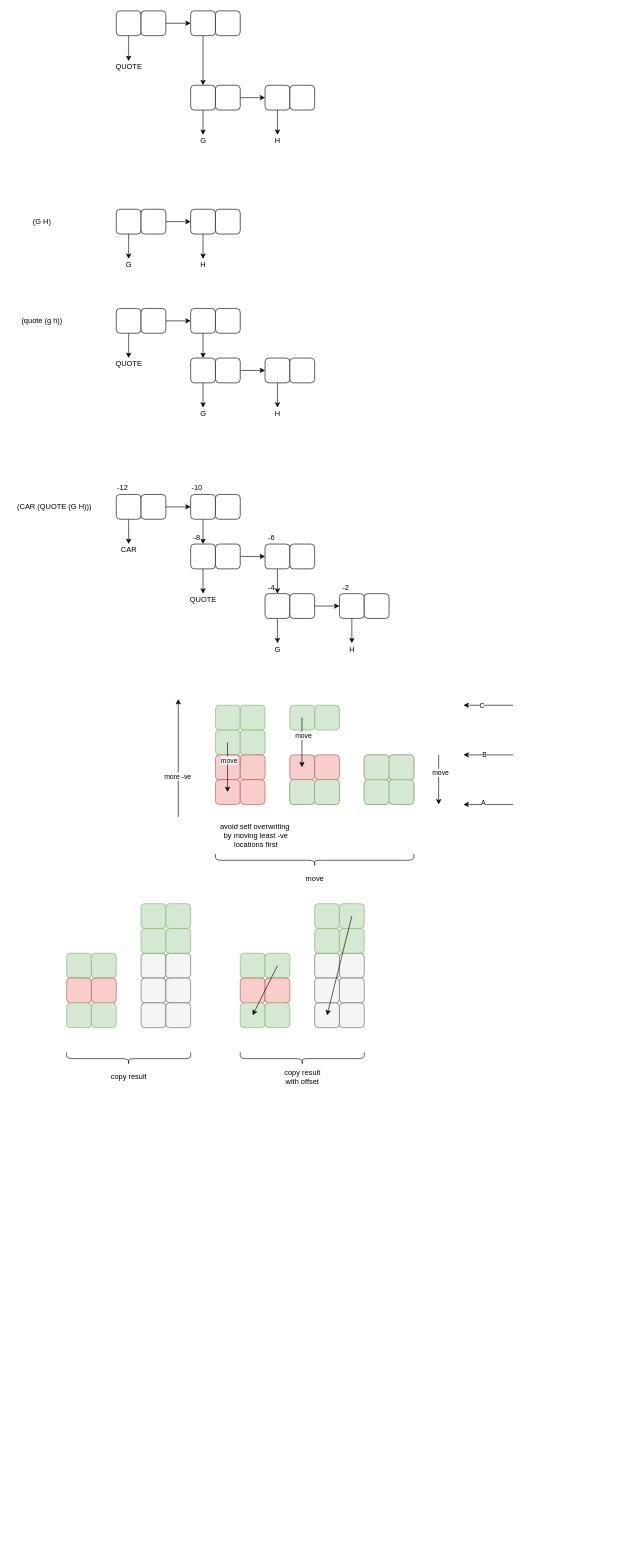
Before: exampl2.drawio in guitarvydas/cl-sector-lisp, a draw.io diagram. Source tidied: cells renumbered, new cells numbered last; positions are measured from the earlier drawing's top-left corner, leaving out a move shared by most shapes. Both pictures are drawn from the tidied source at 62%, with x=0, y=0 at pixel (11, 11).
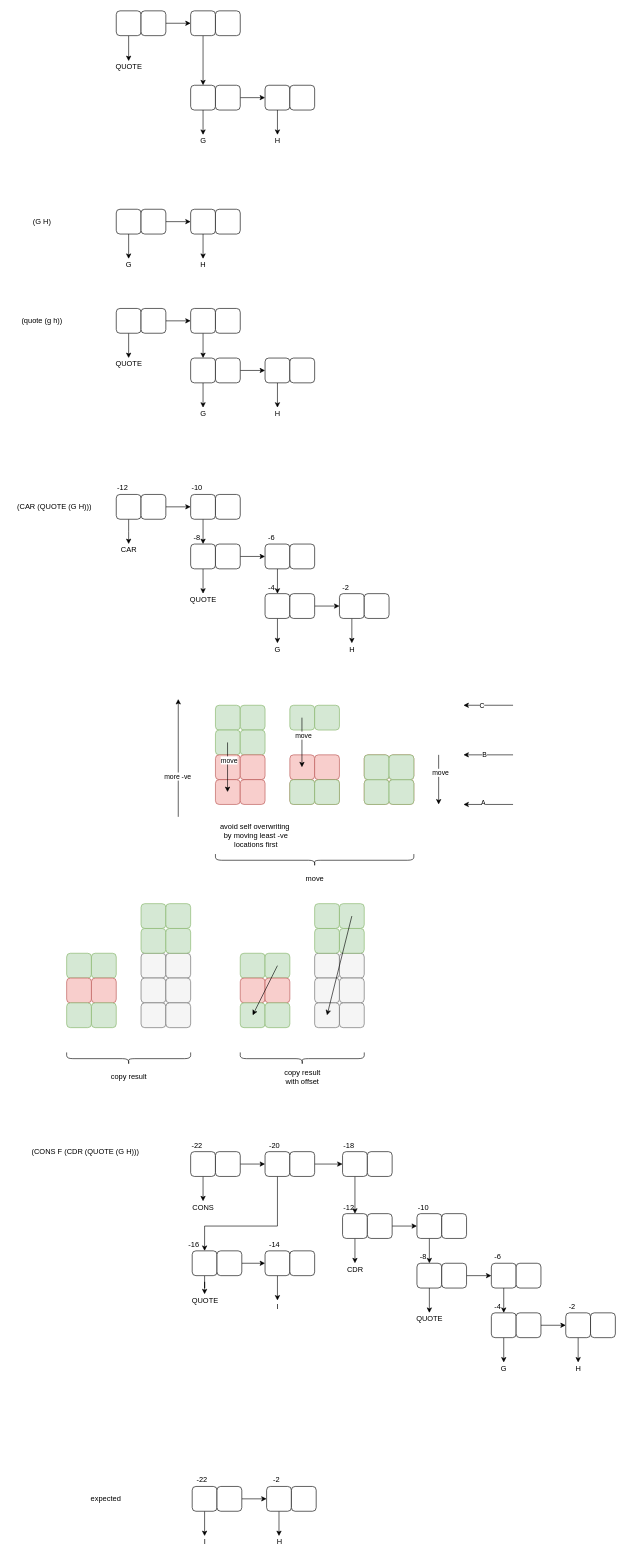
After the change.

Commit message (it also covers changes not shown here):
cl-sector-lisp

Diff of the diagram source:
```diff
@@
+    <mxCell id="158" style="edgeStyle=orthogonalEdgeStyle;rounded=0;jettySize=auto;html=1;exitX=0.5;exitY=1;exitDx=0;exitDy=0;entryX=0.5;entryY=0;entryDx=0;entryDy=0;entryPerimeter=0;" parent="1" edge="1" source="159">
+      <mxGeometry relative="1" as="geometry">
+        <mxPoint x="555" y="2020" as="targetPoint" />
+      </mxGeometry>
+    </mxCell>
+    <mxCell id="159" style="rounded=1;whiteSpace=wrap;html=1;" parent="1" vertex="1">
+      <mxGeometry x="535" y="1940" width="40" height="40" as="geometry" />
+    </mxCell>
+    <mxCell id="160" style="edgeStyle=orthogonalEdgeStyle;rounded=0;jettySize=auto;html=1;exitX=1;exitY=0.5;exitDx=0;exitDy=0;entryX=0;entryY=0.5;entryDx=0;entryDy=0;" parent="1" edge="1" source="161" target="163">
+      <mxGeometry relative="1" as="geometry" />
+    </mxCell>
+    <mxCell id="161" style="rounded=1;whiteSpace=wrap;html=1;" parent="1" vertex="1">
+      <mxGeometry x="575" y="1940" width="40" height="40" as="geometry" />
+    </mxCell>
+    <mxCell id="162" style="edgeStyle=orthogonalEdgeStyle;rounded=0;jettySize=auto;html=1;exitX=0.5;exitY=1;exitDx=0;exitDy=0;entryX=0.5;entryY=0;entryDx=0;entryDy=0;" parent="1" edge="1" source="163" target="176">
+      <mxGeometry relative="1" as="geometry" />
+    </mxCell>
+    <mxCell id="163" style="rounded=1;whiteSpace=wrap;html=1;" parent="1" vertex="1">
+      <mxGeometry x="655" y="1940" width="40" height="40" as="geometry" />
+    </mxCell>
+    <mxCell id="164" style="rounded=1;whiteSpace=wrap;html=1;" parent="1" vertex="1">
+      <mxGeometry x="695" y="1940" width="40" height="40" as="geometry" />
+    </mxCell>
+    <mxCell id="165" value="CDR" style="text;html=1;align=center;verticalAlign=middle;strokeColor=none;" parent="1" vertex="1">
+      <mxGeometry x="535" y="2020" width="40" height="20" as="geometry" />
+    </mxCell>
+    <mxCell id="166" style="edgeStyle=orthogonalEdgeStyle;rounded=0;jettySize=auto;html=1;exitX=0.5;exitY=1;exitDx=0;exitDy=0;entryX=0.5;entryY=0;entryDx=0;entryDy=0;entryPerimeter=0;" parent="1" edge="1" source="167" target="173">
+      <mxGeometry relative="1" as="geometry" />
+    </mxCell>
+    <mxCell id="167" style="rounded=1;whiteSpace=wrap;html=1;" parent="1" vertex="1">
+      <mxGeometry x="775" y="2100" width="40" height="40" as="geometry" />
+    </mxCell>
+    <mxCell id="168" style="edgeStyle=orthogonalEdgeStyle;rounded=0;jettySize=auto;html=1;exitX=1;exitY=0.5;exitDx=0;exitDy=0;" parent="1" edge="1" source="169" target="171">
+      <mxGeometry relative="1" as="geometry" />
+    </mxCell>
+    <mxCell id="169" style="rounded=1;whiteSpace=wrap;html=1;" parent="1" vertex="1">
+      <mxGeometry x="815" y="2100" width="40" height="40" as="geometry" />
+    </mxCell>
+    <mxCell id="170" style="edgeStyle=orthogonalEdgeStyle;rounded=0;jettySize=auto;html=1;exitX=0.5;exitY=1;exitDx=0;exitDy=0;entryX=0.5;entryY=0;entryDx=0;entryDy=0;entryPerimeter=0;" parent="1" edge="1" source="171" target="174">
+      <mxGeometry relative="1" as="geometry" />
+    </mxCell>
+    <mxCell id="171" style="rounded=1;whiteSpace=wrap;html=1;" parent="1" vertex="1">
+      <mxGeometry x="895" y="2100" width="40" height="40" as="geometry" />
+    </mxCell>
+    <mxCell id="172" style="rounded=1;whiteSpace=wrap;html=1;" parent="1" vertex="1">
+      <mxGeometry x="935" y="2100" width="40" height="40" as="geometry" />
+    </mxCell>
+    <mxCell id="173" value="G" style="text;html=1;align=center;verticalAlign=middle;points=[];strokeColor=none;" parent="1" vertex="1">
+      <mxGeometry x="785" y="2180" width="20" height="20" as="geometry" />
+    </mxCell>
+    <mxCell id="174" value="H" style="text;html=1;align=center;verticalAlign=middle;points=[];strokeColor=none;" parent="1" vertex="1">
+      <mxGeometry x="905" y="2180" width="20" height="20" as="geometry" />
+    </mxCell>
+    <mxCell id="175" style="edgeStyle=orthogonalEdgeStyle;rounded=0;jettySize=auto;html=1;exitX=0.5;exitY=1;exitDx=0;exitDy=0;entryX=0.5;entryY=0;entryDx=0;entryDy=0;entryPerimeter=0;" parent="1" edge="1" source="176" target="179">
+      <mxGeometry relative="1" as="geometry" />
+    </mxCell>
+    <mxCell id="176" style="rounded=1;whiteSpace=wrap;html=1;" parent="1" vertex="1">
+      <mxGeometry x="655" y="2020" width="40" height="40" as="geometry" />
+    </mxCell>
+    <mxCell id="177" style="edgeStyle=orthogonalEdgeStyle;rounded=0;jettySize=auto;html=1;exitX=1;exitY=0.5;exitDx=0;exitDy=0;entryX=0;entryY=0.5;entryDx=0;entryDy=0;" parent="1" edge="1" source="178" target="181">
+      <mxGeometry relative="1" as="geometry" />
+    </mxCell>
+    <mxCell id="178" style="rounded=1;whiteSpace=wrap;html=1;" parent="1" vertex="1">
+      <mxGeometry x="695" y="2020" width="40" height="40" as="geometry" />
+    </mxCell>
+    <mxCell id="179" value="QUOTE" style="text;html=1;align=center;verticalAlign=middle;points=[];strokeColor=none;" parent="1" vertex="1">
+      <mxGeometry x="645" y="2100" width="60" height="20" as="geometry" />
+    </mxCell>
+    <mxCell id="180" style="edgeStyle=orthogonalEdgeStyle;rounded=0;jettySize=auto;html=1;exitX=0.5;exitY=1;exitDx=0;exitDy=0;" parent="1" edge="1" source="181" target="167">
+      <mxGeometry relative="1" as="geometry" />
+    </mxCell>
+    <mxCell id="181" style="rounded=1;whiteSpace=wrap;html=1;" parent="1" vertex="1">
+      <mxGeometry x="775" y="2020" width="40" height="40" as="geometry" />
+    </mxCell>
+    <mxCell id="182" style="rounded=1;whiteSpace=wrap;html=1;" parent="1" vertex="1">
+      <mxGeometry x="815" y="2020" width="40" height="40" as="geometry" />
+    </mxCell>
+    <mxCell id="183" value="(CONS F (CDR (QUOTE (G H)))" style="text;html=1;align=center;verticalAlign=middle;strokeColor=none;" parent="1" vertex="1">
+      <mxGeometry x="25" y="1830" width="190" height="20" as="geometry" />
+    </mxCell>
+    <mxCell id="184" value="-2" style="text;html=1;align=center;verticalAlign=middle;strokeColor=none;" parent="1" vertex="1">
+      <mxGeometry x="890" y="2080" width="30" height="20" as="geometry" />
+    </mxCell>
+    <mxCell id="185" value="-4" style="text;html=1;align=center;verticalAlign=middle;strokeColor=none;" parent="1" vertex="1">
+      <mxGeometry x="770" y="2080" width="30" height="20" as="geometry" />
+    </mxCell>
+    <mxCell id="186" value="-6" style="text;html=1;align=center;verticalAlign=middle;strokeColor=none;" parent="1" vertex="1">
+      <mxGeometry x="770" y="2000" width="30" height="20" as="geometry" />
+    </mxCell>
+    <mxCell id="187" value="-8" style="text;html=1;align=center;verticalAlign=middle;strokeColor=none;" parent="1" vertex="1">
+      <mxGeometry x="650" y="2000" width="30" height="20" as="geometry" />
+    </mxCell>
+    <mxCell id="188" value="-10" style="text;html=1;align=center;verticalAlign=middle;strokeColor=none;" parent="1" vertex="1">
+      <mxGeometry x="650" y="1920" width="30" height="20" as="geometry" />
+    </mxCell>
+    <mxCell id="189" value="-12" style="text;html=1;align=center;verticalAlign=middle;strokeColor=none;" parent="1" vertex="1">
+      <mxGeometry x="530" y="1920" width="30" height="20" as="geometry" />
+    </mxCell>
+    <mxCell id="190" style="edgeStyle=orthogonalEdgeStyle;rounded=0;jettySize=auto;html=1;exitX=0.5;exitY=1;exitDx=0;exitDy=0;" parent="1" edge="1" source="191" target="203">
+      <mxGeometry relative="1" as="geometry" />
+    </mxCell>
+    <mxCell id="191" style="rounded=1;whiteSpace=wrap;html=1;" parent="1" vertex="1">
+      <mxGeometry x="290" y="1840" width="40" height="40" as="geometry" />
+    </mxCell>
+    <mxCell id="192" style="edgeStyle=orthogonalEdgeStyle;rounded=0;jettySize=auto;html=1;exitX=1;exitY=0.5;exitDx=0;exitDy=0;entryX=0;entryY=0.5;entryDx=0;entryDy=0;" parent="1" edge="1" source="193" target="200">
+      <mxGeometry relative="1" as="geometry" />
+    </mxCell>
+    <mxCell id="193" style="rounded=1;whiteSpace=wrap;html=1;" parent="1" vertex="1">
+      <mxGeometry x="330" y="1840" width="40" height="40" as="geometry" />
+    </mxCell>
+    <mxCell id="194" style="edgeStyle=orthogonalEdgeStyle;rounded=0;jettySize=auto;html=1;exitX=0.5;exitY=1;exitDx=0;exitDy=0;entryX=0.5;entryY=0;entryDx=0;entryDy=0;" parent="1" edge="1" source="195" target="159">
+      <mxGeometry relative="1" as="geometry" />
+    </mxCell>
+    <mxCell id="195" style="rounded=1;whiteSpace=wrap;html=1;" parent="1" vertex="1">
+      <mxGeometry x="535" y="1840" width="40" height="40" as="geometry" />
+    </mxCell>
+    <mxCell id="196" style="rounded=1;whiteSpace=wrap;html=1;" parent="1" vertex="1">
+      <mxGeometry x="575" y="1840" width="40" height="40" as="geometry" />
+    </mxCell>
+    <mxCell id="197" value="-18" style="text;html=1;align=center;verticalAlign=middle;strokeColor=none;" parent="1" vertex="1">
+      <mxGeometry x="530" y="1820" width="30" height="20" as="geometry" />
+    </mxCell>
+    <mxCell id="198" value="-22" style="text;html=1;align=center;verticalAlign=middle;strokeColor=none;" parent="1" vertex="1">
+      <mxGeometry x="285" y="1820" width="30" height="20" as="geometry" />
+    </mxCell>
+    <mxCell id="199" style="edgeStyle=orthogonalEdgeStyle;rounded=0;jettySize=auto;html=1;exitX=0.5;exitY=1;exitDx=0;exitDy=0;entryX=0.5;entryY=0;entryDx=0;entryDy=0;" parent="1" edge="1" source="200" target="222">
+      <mxGeometry relative="1" as="geometry">
+        <Array as="points">
+          <mxPoint x="430" y="1960" />
+          <mxPoint x="313" y="1960" />
+        </Array>
+      </mxGeometry>
+    </mxCell>
+    <mxCell id="200" style="rounded=1;whiteSpace=wrap;html=1;" parent="1" vertex="1">
+      <mxGeometry x="410" y="1840" width="40" height="40" as="geometry" />
+    </mxCell>
+    <mxCell id="201" style="edgeStyle=orthogonalEdgeStyle;rounded=0;jettySize=auto;html=1;exitX=1;exitY=0.5;exitDx=0;exitDy=0;entryX=0;entryY=0.5;entryDx=0;entryDy=0;" parent="1" edge="1" source="202" target="195">
+      <mxGeometry relative="1" as="geometry" />
+    </mxCell>
+    <mxCell id="202" style="rounded=1;whiteSpace=wrap;html=1;" parent="1" vertex="1">
+      <mxGeometry x="450" y="1840" width="40" height="40" as="geometry" />
+    </mxCell>
+    <mxCell id="203" value="CONS" style="text;html=1;align=center;verticalAlign=middle;points=[];strokeColor=none;" parent="1" vertex="1">
+      <mxGeometry x="285" y="1920" width="50" height="20" as="geometry" />
+    </mxCell>
+    <mxCell id="204" value="-20" style="text;html=1;align=center;verticalAlign=middle;strokeColor=none;" parent="1" vertex="1">
+      <mxGeometry x="410" y="1820" width="30" height="20" as="geometry" />
+    </mxCell>
+    <mxCell id="205" style="edgeStyle=orthogonalEdgeStyle;rounded=0;jettySize=auto;html=1;exitX=0.5;exitY=1;exitDx=0;exitDy=0;" parent="1" edge="1" source="206" target="209">
+      <mxGeometry relative="1" as="geometry" />
+    </mxCell>
+    <mxCell id="206" style="rounded=1;whiteSpace=wrap;html=1;" parent="1" vertex="1">
+      <mxGeometry x="292.5" y="2380" width="40" height="40" as="geometry" />
+    </mxCell>
+    <mxCell id="207" style="edgeStyle=orthogonalEdgeStyle;rounded=0;jettySize=auto;html=1;exitX=1;exitY=0.5;exitDx=0;exitDy=0;entryX=0;entryY=0.5;entryDx=0;entryDy=0;" parent="1" edge="1" source="208" target="212">
+      <mxGeometry relative="1" as="geometry" />
+    </mxCell>
+    <mxCell id="208" style="rounded=1;whiteSpace=wrap;html=1;" parent="1" vertex="1">
+      <mxGeometry x="332.5" y="2380" width="40" height="40" as="geometry" />
+    </mxCell>
+    <mxCell id="209" value="I" style="text;html=1;align=center;verticalAlign=middle;points=[];strokeColor=none;" parent="1" vertex="1">
+      <mxGeometry x="302.5" y="2460" width="20" height="20" as="geometry" />
+    </mxCell>
+    <mxCell id="210" value="-22" style="text;html=1;align=center;verticalAlign=middle;strokeColor=none;" parent="1" vertex="1">
+      <mxGeometry x="292.5" y="2360" width="30" height="20" as="geometry" />
+    </mxCell>
+    <mxCell id="211" style="edgeStyle=orthogonalEdgeStyle;rounded=0;jettySize=auto;html=1;exitX=0.5;exitY=1;exitDx=0;exitDy=0;" parent="1" edge="1" source="212" target="214">
+      <mxGeometry relative="1" as="geometry" />
+    </mxCell>
+    <mxCell id="212" style="rounded=1;whiteSpace=wrap;html=1;" parent="1" vertex="1">
+      <mxGeometry x="412.5" y="2380" width="40" height="40" as="geometry" />
+    </mxCell>
+    <mxCell id="213" style="rounded=1;whiteSpace=wrap;html=1;" parent="1" vertex="1">
+      <mxGeometry x="452.5" y="2380" width="40" height="40" as="geometry" />
+    </mxCell>
+    <mxCell id="214" value="H" style="text;html=1;align=center;verticalAlign=middle;points=[];strokeColor=none;" parent="1" vertex="1">
+      <mxGeometry x="422.5" y="2460" width="20" height="20" as="geometry" />
+    </mxCell>
+    <mxCell id="215" value="-2" style="text;html=1;align=center;verticalAlign=middle;strokeColor=none;" parent="1" vertex="1">
+      <mxGeometry x="412.5" y="2360" width="30" height="20" as="geometry" />
+    </mxCell>
+    <mxCell id="216" value="expected" style="text;html=1;align=center;verticalAlign=middle;strokeColor=none;" parent="1" vertex="1">
+      <mxGeometry x="122.5" y="2390" width="60" height="20" as="geometry" />
+    </mxCell>
+    <mxCell id="217" style="edgeStyle=orthogonalEdgeStyle;rounded=0;jettySize=auto;html=1;exitX=0.5;exitY=1;exitDx=0;exitDy=0;" parent="1" edge="1" source="218" target="220">
+      <mxGeometry relative="1" as="geometry" />
+    </mxCell>
+    <mxCell id="218" style="rounded=1;whiteSpace=wrap;html=1;" parent="1" vertex="1">
+      <mxGeometry x="410" y="2000" width="40" height="40" as="geometry" />
+    </mxCell>
+    <mxCell id="219" style="rounded=1;whiteSpace=wrap;html=1;" parent="1" vertex="1">
+      <mxGeometry x="450" y="2000" width="40" height="40" as="geometry" />
+    </mxCell>
+    <mxCell id="220" value="I" style="text;html=1;align=center;verticalAlign=middle;points=[];strokeColor=none;" parent="1" vertex="1">
+      <mxGeometry x="420" y="2080" width="20" height="20" as="geometry" />
+    </mxCell>
+    <mxCell id="221" style="edgeStyle=orthogonalEdgeStyle;rounded=0;jettySize=auto;html=1;exitX=0.5;exitY=1;exitDx=0;exitDy=0;" parent="1" edge="1" source="222" target="225">
+      <mxGeometry relative="1" as="geometry" />
+    </mxCell>
+    <mxCell id="222" style="rounded=1;whiteSpace=wrap;html=1;" parent="1" vertex="1">
+      <mxGeometry x="292.5" y="2000" width="40" height="40" as="geometry" />
+    </mxCell>
+    <mxCell id="223" style="edgeStyle=orthogonalEdgeStyle;rounded=0;jettySize=auto;html=1;exitX=1;exitY=0.5;exitDx=0;exitDy=0;entryX=0;entryY=0.5;entryDx=0;entryDy=0;" parent="1" edge="1" source="224" target="218">
+      <mxGeometry relative="1" as="geometry" />
+    </mxCell>
+    <mxCell id="224" style="rounded=1;whiteSpace=wrap;html=1;" parent="1" vertex="1">
+      <mxGeometry x="332.5" y="2000" width="40" height="40" as="geometry" />
+    </mxCell>
+    <mxCell id="225" value="QUOTE" style="text;html=1;align=center;verticalAlign=middle;points=[];strokeColor=none;" parent="1" vertex="1">
+      <mxGeometry x="282.5" y="2070" width="60" height="20" as="geometry" />
+    </mxCell>
+    <mxCell id="226" value="-14" style="text;html=1;align=center;verticalAlign=middle;strokeColor=none;" parent="1" vertex="1">
+      <mxGeometry x="410" y="1980" width="30" height="20" as="geometry" />
+    </mxCell>
+    <mxCell id="227" value="-16" style="text;html=1;align=center;verticalAlign=middle;strokeColor=none;" parent="1" vertex="1">
+      <mxGeometry x="280" y="1980" width="30" height="20" as="geometry" />
+    </mxCell>
```
